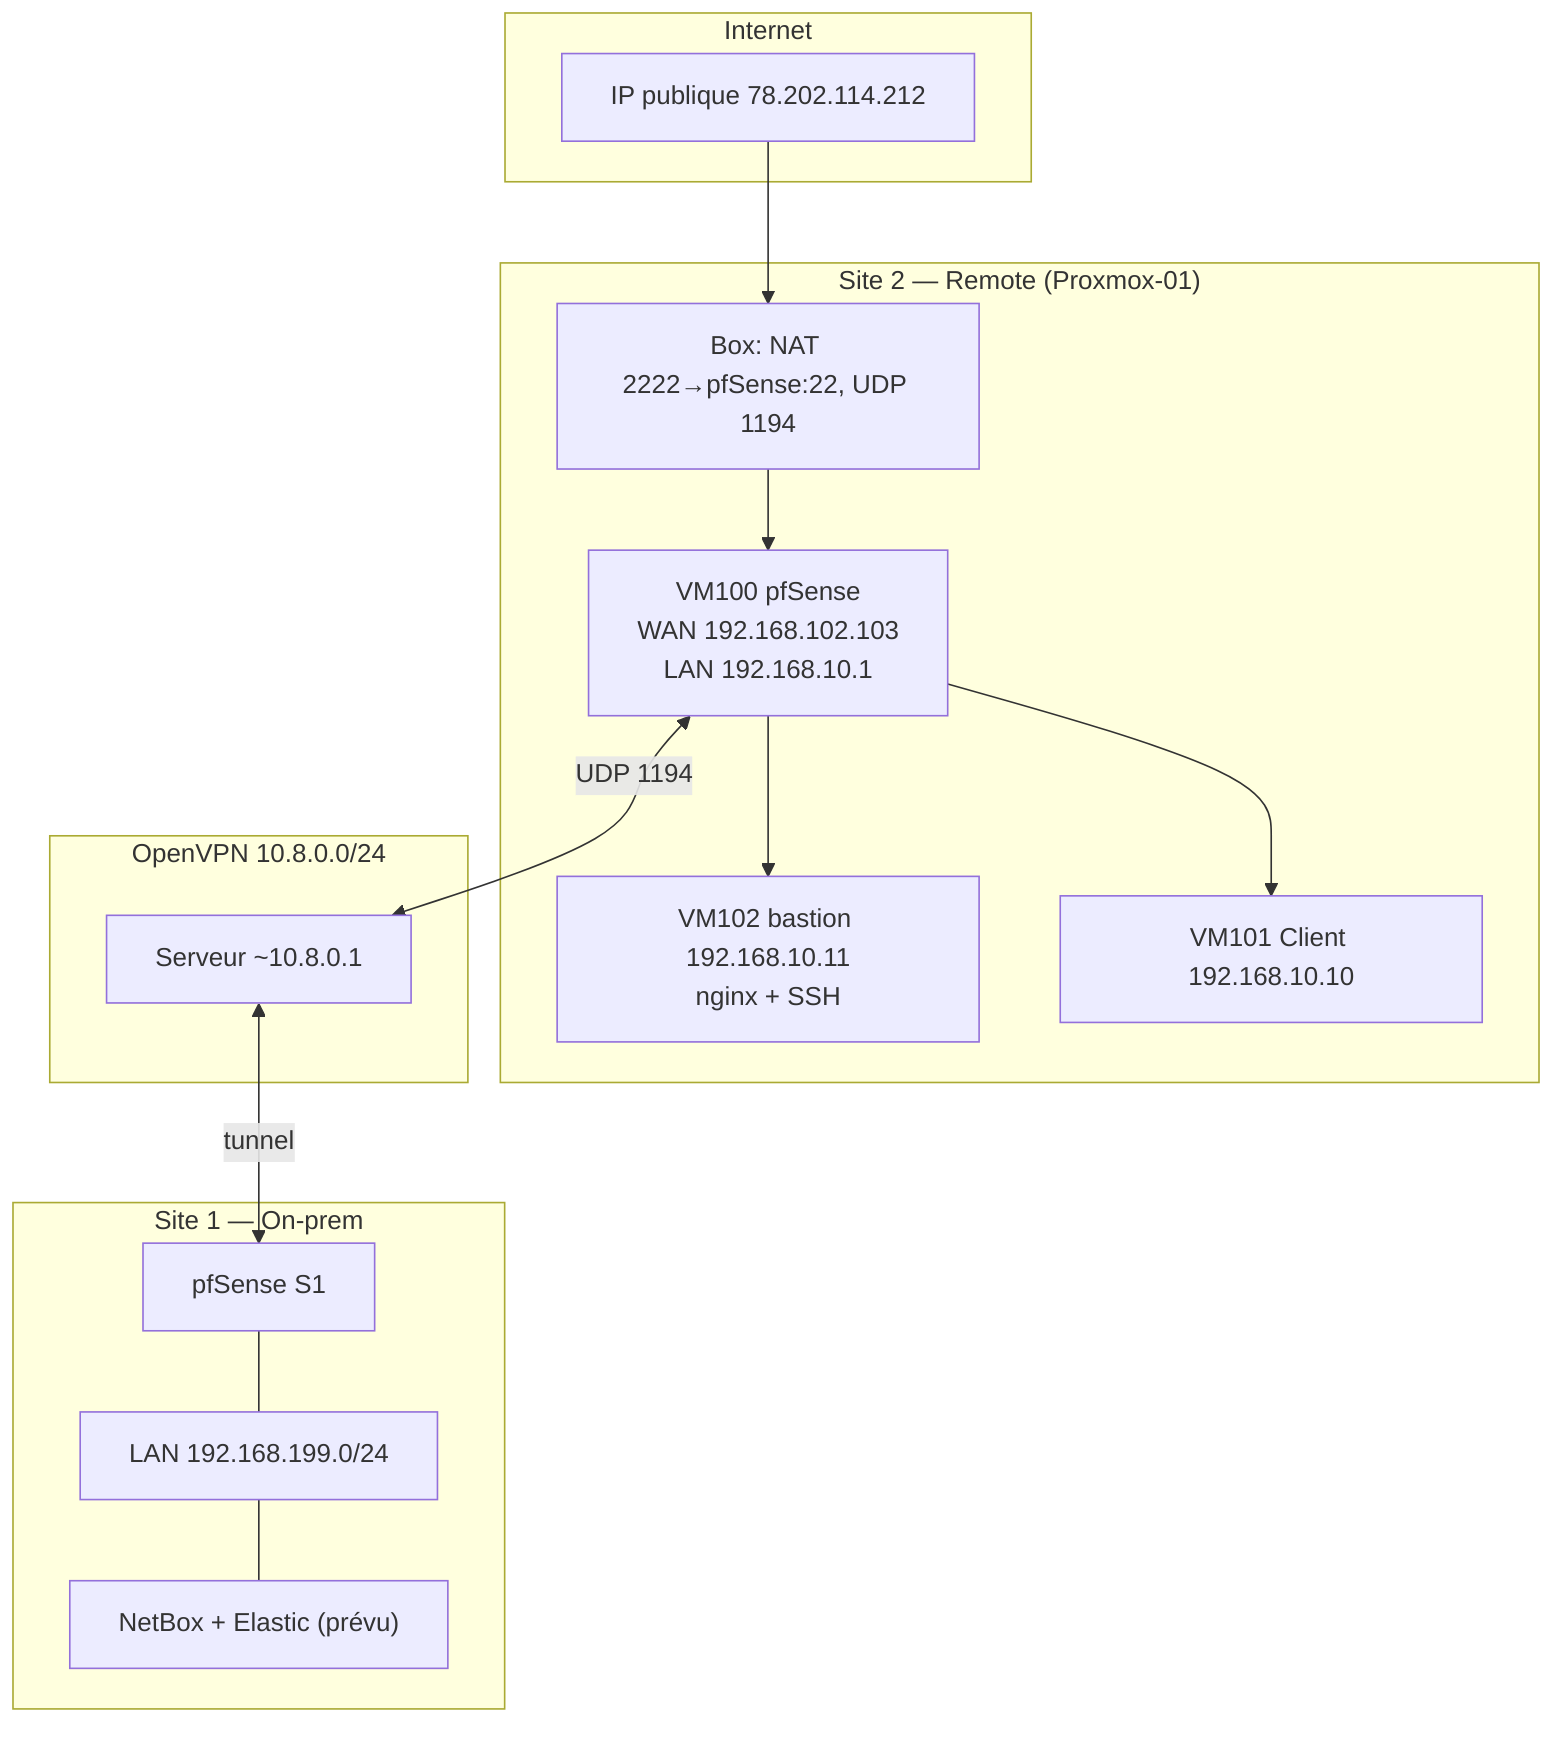
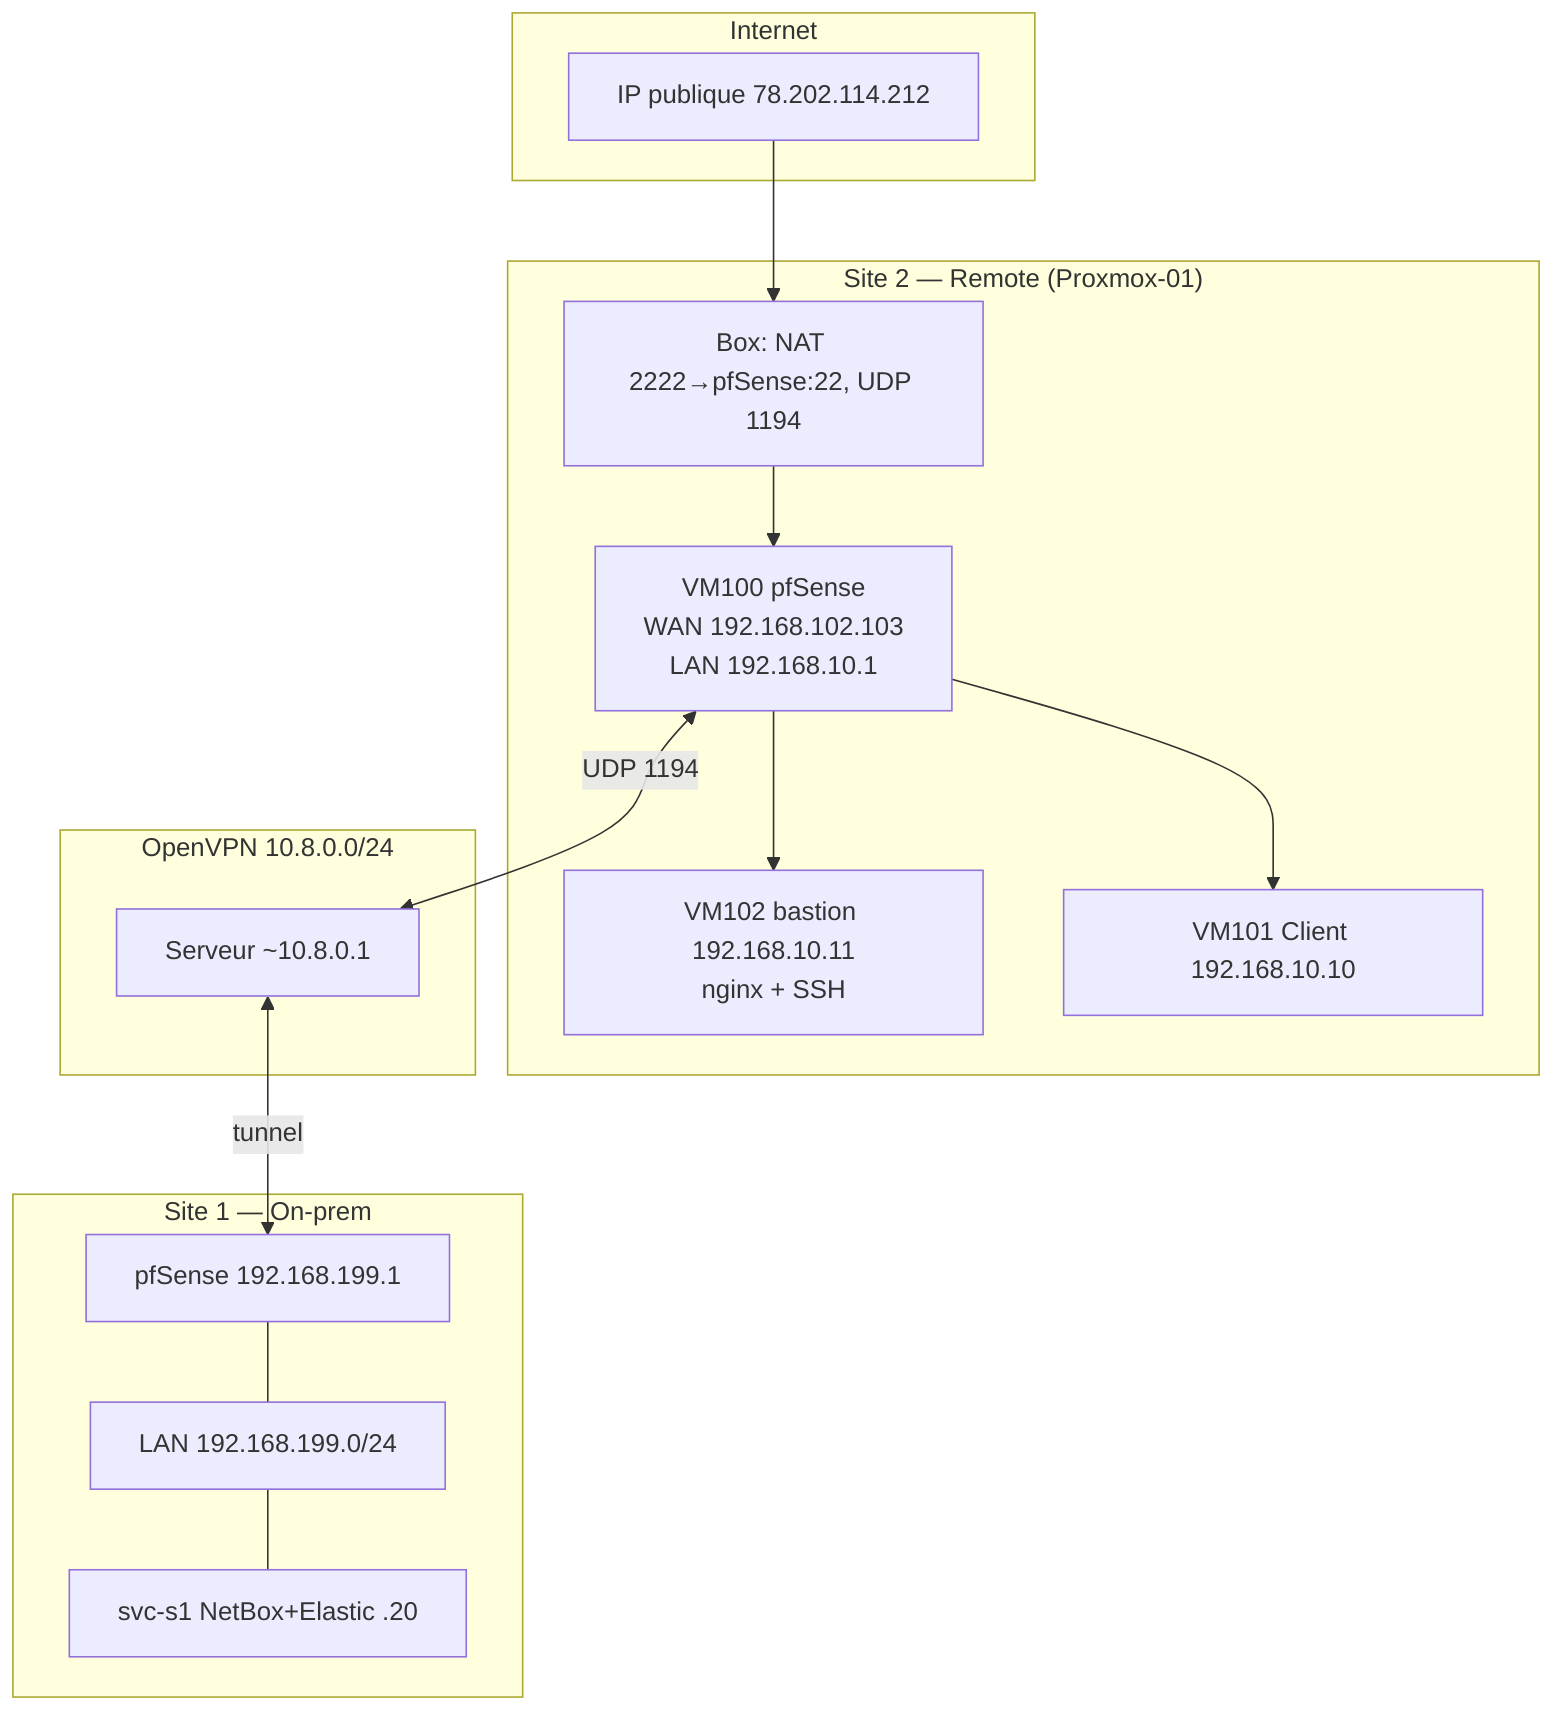
flowchart TB
  subgraph Internet
    PUB["IP publique 78.202.114.212"]
  end

  subgraph S2["Site 2 — Remote (Proxmox-01)"]
    BOX["Box: NAT 2222→pfSense:22, UDP 1194"]
    PFS["VM100 pfSense<br/>WAN 192.168.102.103<br/>LAN 192.168.10.1"]
    BAST["VM102 bastion 192.168.10.11<br/>nginx + SSH"]
    WIN["VM101 Client 192.168.10.10"]
    PUB --> BOX --> PFS
    PFS --> BAST
    PFS --> WIN
  end

  subgraph VPN["OpenVPN 10.8.0.0/24"]
    OVPN["Serveur ~10.8.0.1"]
  end

  subgraph S1["Site 1 — On-prem"]
-     FW1["pfSense S1"]
+     FW1["pfSense 192.168.199.1"]
+     SVC["svc-s1 NetBox+Elastic .20"]
    LAN1["LAN 192.168.199.0/24"]
-     NB["NetBox + Elastic (prévu)"]
    FW1 --- LAN1
-     LAN1 --- NB
+     LAN1 --- SVC
  end

  PFS <-->|"UDP 1194"| OVPN
  OVPN <-->|"tunnel"| FW1
